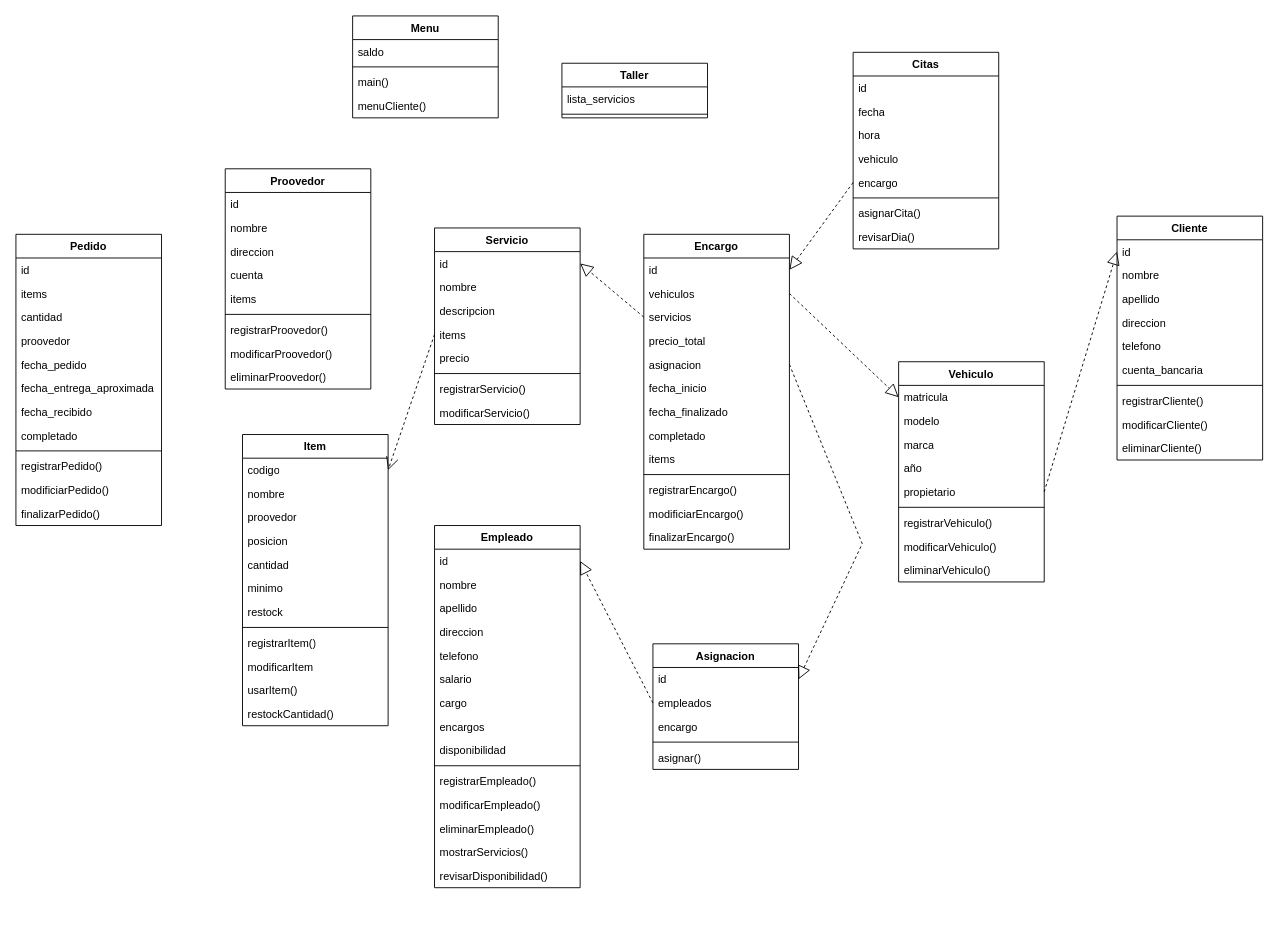
The draw.io diagram DiagramaClases.drawio in fabricio-cesur/Gestor-Taller, before the edit. Source tidied: cells renumbered, new cells numbered last; positions are measured from the earlier drawing's top-left corner, leaving out a move shared by most shapes. Both pictures are drawn from the tidied source at 91%, with x=0, y=0 at pixel (15, 15).
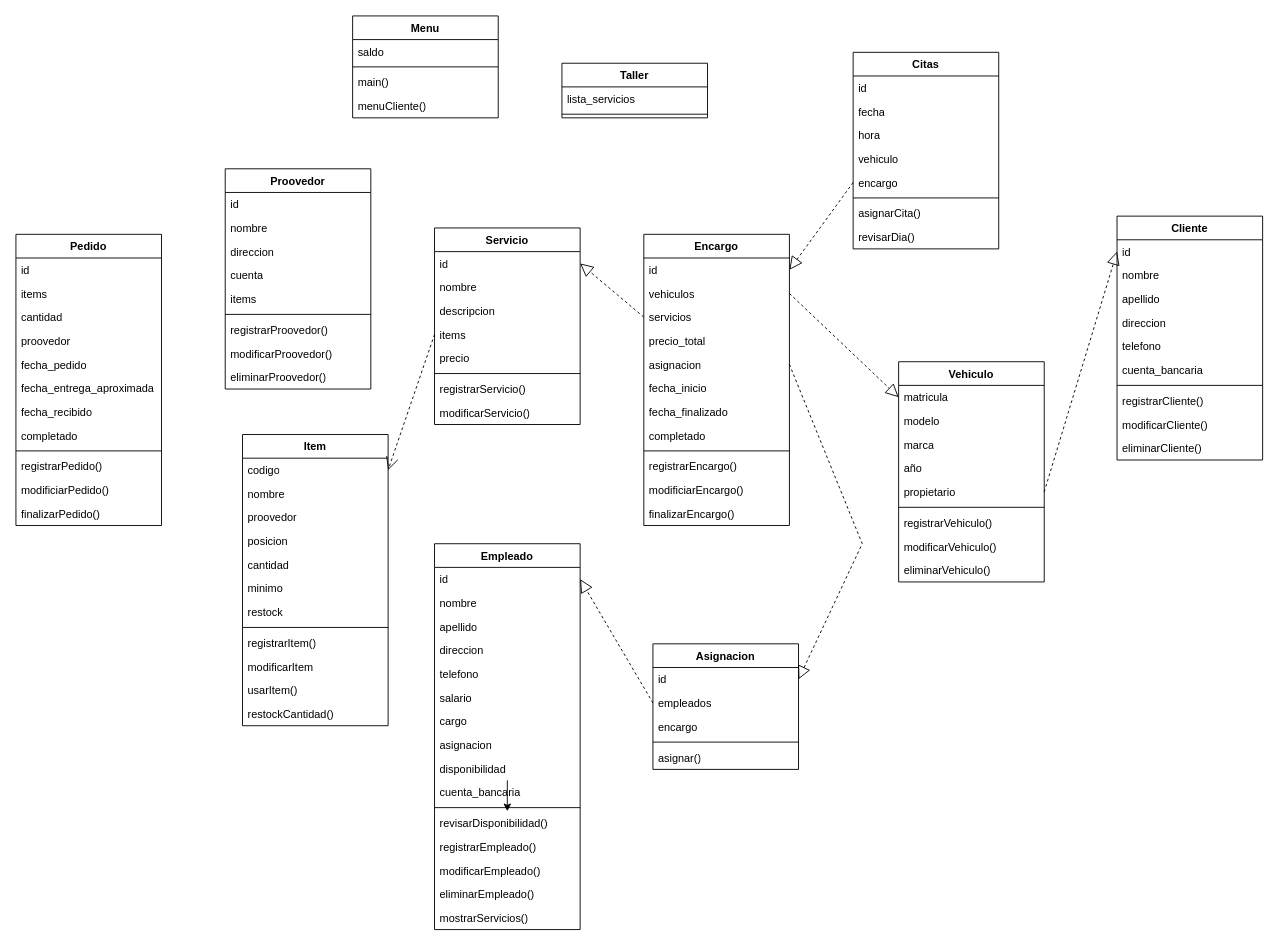
The same diagram, later.

Commit message (it also covers changes not shown here):
Creación estructura DB

The change refers to these unchanged cells:
```xml
<mxCell id="62" value="disponibilidad" style="text;strokeColor=none;fillColor=none;align=left;verticalAlign=top;spacingLeft=4;spacingRight=4;overflow=hidden;points=[[0,0.5],[1,0.5]];portConstraint=eastwest;whiteSpace=wrap;html=1;" parent="53" vertex="1">
  <mxGeometry y="234" width="160" height="26" as="geometry" />
</mxCell>
```

What changed in the source:
```diff
@@
     <mxCell id="53" value="Empleado" style="swimlane;fontStyle=1;align=center;verticalAlign=top;horizontal=1;startSize=26;whiteSpace=wrap;html=1;" parent="1" vertex="1">
-      <mxGeometry x="460" y="560" width="160" height="398" as="geometry" />
+      <mxGeometry x="460" y="580" width="160" height="424" as="geometry" />
     </mxCell>
@@
-    <mxCell id="61" value="encargos" style="text;strokeColor=none;fillColor=none;align=left;verticalAlign=top;spacingLeft=4;spacingRight=4;overflow=hidden;whiteSpace=wrap;html=1;" parent="53" vertex="1">
+    <mxCell id="61" value="asignacion" style="text;strokeColor=none;fillColor=none;align=left;verticalAlign=top;spacingLeft=4;spacingRight=4;overflow=hidden;whiteSpace=wrap;html=1;" parent="53" vertex="1">
       <mxGeometry y="208" width="160" height="26" as="geometry" />
     </mxCell>
+    <mxCell id="128" style="edgeStyle=none;html=1;" parent="53" edge="1" source="62" target="68">
+      <mxGeometry relative="1" as="geometry" />
+    </mxCell>
@@
+    <mxCell id="129" value="cuenta_bancaria" style="text;strokeColor=none;fillColor=none;align=left;verticalAlign=top;spacingLeft=4;spacingRight=4;overflow=hidden;whiteSpace=wrap;html=1;" parent="53" vertex="1">
+      <mxGeometry y="260" width="160" height="26" as="geometry" />
+    </mxCell>
     <mxCell id="63" style="line;strokeWidth=1;fillColor=none;align=left;verticalAlign=middle;spacingTop=-1;spacingLeft=3;spacingRight=3;labelPosition=right;strokeColor=inherit;" parent="53" vertex="1">
-      <mxGeometry y="260" width="160" height="8" as="geometry" />
+      <mxGeometry y="286" width="160" height="8" as="geometry" />
     </mxCell>
+    <mxCell id="68" value="revisarDisponibilidad()" style="text;strokeColor=none;fillColor=none;align=left;verticalAlign=top;spacingLeft=4;spacingRight=4;overflow=hidden;points=[[0,0.5],[1,0.5]];portConstraint=eastwest;whiteSpace=wrap;html=1;" parent="53" vertex="1">
+      <mxGeometry y="294" width="160" height="26" as="geometry" />
+    </mxCell>
     <mxCell id="64" value="registrarEmpleado()" style="text;strokeColor=none;fillColor=none;align=left;verticalAlign=top;spacingLeft=4;spacingRight=4;overflow=hidden;whiteSpace=wrap;html=1;" parent="53" vertex="1">
-      <mxGeometry y="268" width="160" height="26" as="geometry" />
+      <mxGeometry y="320" width="160" height="26" as="geometry" />
     </mxCell>
     <mxCell id="65" value="modificarEmpleado()" style="text;strokeColor=none;fillColor=none;align=left;verticalAlign=top;spacingLeft=4;spacingRight=4;overflow=hidden;whiteSpace=wrap;html=1;" parent="53" vertex="1">
-      <mxGeometry y="294" width="160" height="26" as="geometry" />
+      <mxGeometry y="346" width="160" height="26" as="geometry" />
     </mxCell>
     <mxCell id="66" value="eliminarEmpleado()" style="text;strokeColor=none;fillColor=none;align=left;verticalAlign=top;spacingLeft=4;spacingRight=4;overflow=hidden;whiteSpace=wrap;html=1;" parent="53" vertex="1">
-      <mxGeometry y="320" width="160" height="26" as="geometry" />
+      <mxGeometry y="372" width="160" height="26" as="geometry" />
     </mxCell>
     <mxCell id="67" value="mostrarServicios()" style="text;strokeColor=none;fillColor=none;align=left;verticalAlign=top;spacingLeft=4;spacingRight=4;overflow=hidden;whiteSpace=wrap;html=1;" parent="53" vertex="1">
-      <mxGeometry y="346" width="160" height="26" as="geometry" />
+      <mxGeometry y="398" width="160" height="26" as="geometry" />
     </mxCell>
-    <mxCell id="68" value="revisarDisponibilidad()" style="text;strokeColor=none;fillColor=none;align=left;verticalAlign=top;spacingLeft=4;spacingRight=4;overflow=hidden;points=[[0,0.5],[1,0.5]];portConstraint=eastwest;whiteSpace=wrap;html=1;" parent="53" vertex="1">
-      <mxGeometry y="372" width="160" height="26" as="geometry" />
-    </mxCell>
@@
     <mxCell id="75" value="Encargo" style="swimlane;fontStyle=1;align=center;verticalAlign=top;horizontal=1;startSize=26;whiteSpace=wrap;html=1;" parent="1" vertex="1">
-      <mxGeometry x="690" y="240" width="160" height="346" as="geometry" />
+      <mxGeometry x="690" y="240" width="160" height="320" as="geometry" />
     </mxCell>
@@
-    <mxCell id="84" value="items" style="text;strokeColor=none;fillColor=none;align=left;verticalAlign=top;spacingLeft=4;spacingRight=4;overflow=hidden;whiteSpace=wrap;html=1;" parent="75" vertex="1">
-      <mxGeometry y="234" width="160" height="26" as="geometry" />
-    </mxCell>
     <mxCell id="85" style="line;strokeWidth=1;fillColor=none;align=left;verticalAlign=middle;spacingTop=-1;spacingLeft=3;spacingRight=3;labelPosition=right;strokeColor=inherit;" parent="75" vertex="1">
-      <mxGeometry y="260" width="160" height="8" as="geometry" />
+      <mxGeometry y="234" width="160" height="8" as="geometry" />
     </mxCell>
     <mxCell id="86" value="registrarEncargo()" style="text;strokeColor=none;fillColor=none;align=left;verticalAlign=top;spacingLeft=4;spacingRight=4;overflow=hidden;whiteSpace=wrap;html=1;" parent="75" vertex="1">
-      <mxGeometry y="268" width="160" height="26" as="geometry" />
+      <mxGeometry y="242" width="160" height="26" as="geometry" />
     </mxCell>
     <mxCell id="87" value="modificiarEncargo()" style="text;strokeColor=none;fillColor=none;align=left;verticalAlign=top;spacingLeft=4;spacingRight=4;overflow=hidden;whiteSpace=wrap;html=1;" parent="75" vertex="1">
-      <mxGeometry y="294" width="160" height="26" as="geometry" />
+      <mxGeometry y="268" width="160" height="26" as="geometry" />
     </mxCell>
     <mxCell id="88" value="finalizarEncargo()" style="text;strokeColor=none;fillColor=none;align=left;verticalAlign=top;spacingLeft=4;spacingRight=4;overflow=hidden;whiteSpace=wrap;html=1;" parent="75" vertex="1">
-      <mxGeometry y="320" width="160" height="26" as="geometry" />
+      <mxGeometry y="294" width="160" height="26" as="geometry" />
     </mxCell>
```
